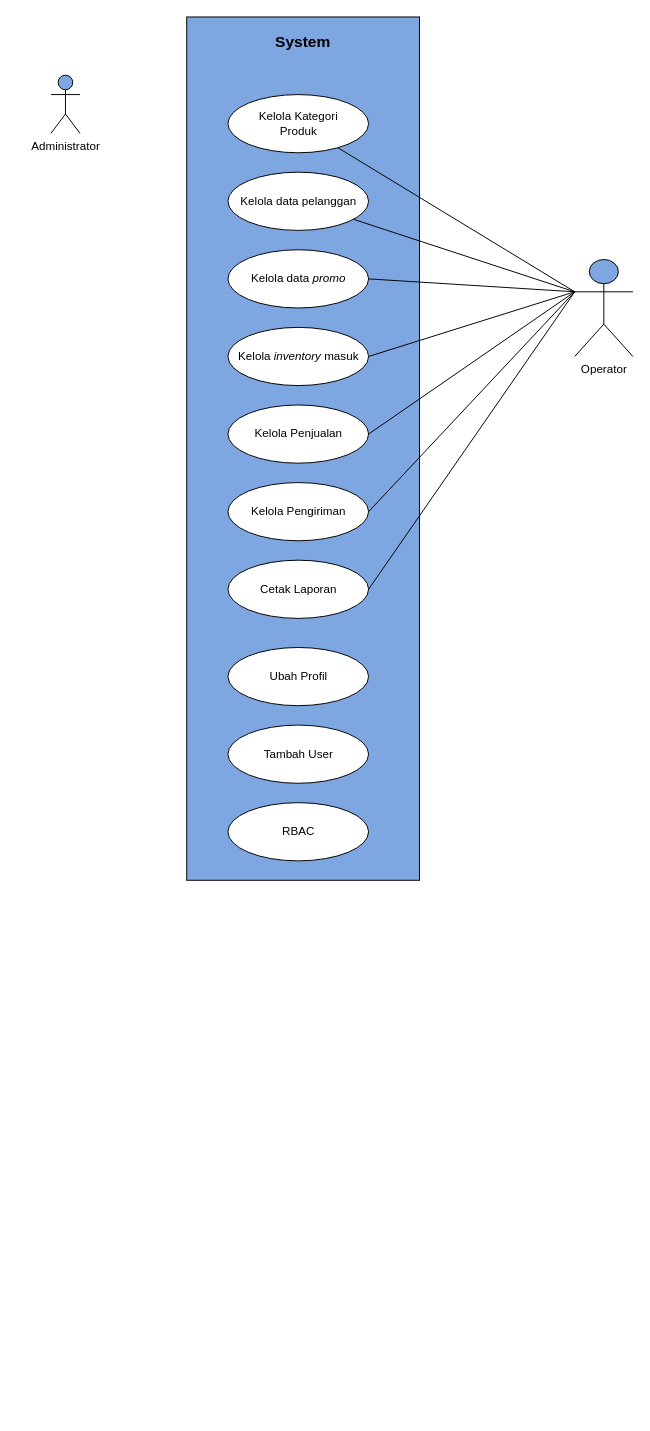
The draw.io diagram Boundary System.drawio in Simasco/diagram, before the edit. Source tidied: cells renumbered, new cells numbered last; positions are measured from the earlier drawing's top-left corner, leaving out a move shared by most shapes. Both pictures are drawn from the tidied source at 97%, with x=0, y=0 at pixel (50, 16).
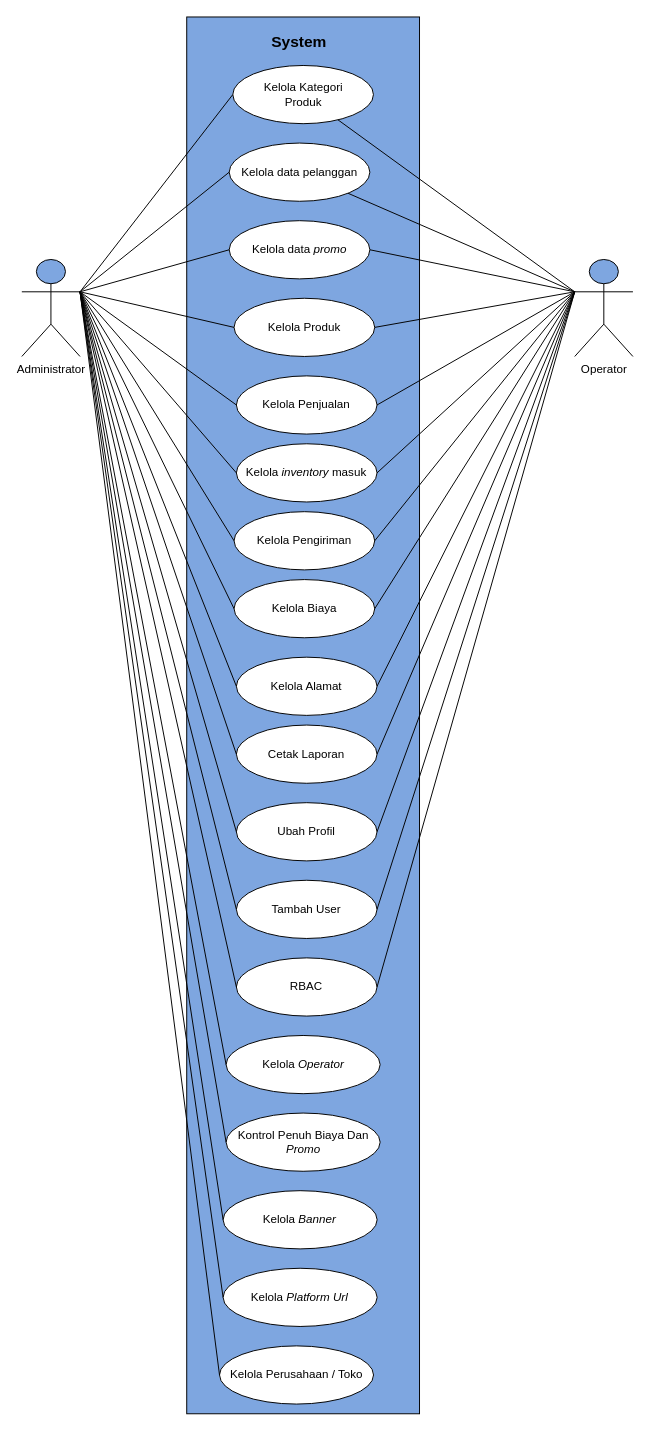
After the change.

Unchanged cells that the change refers to:
```xml
<mxCell id="7" value="Operator" style="shape=umlActor;verticalLabelPosition=bottom;verticalAlign=top;html=1;outlineConnect=0;fillColor=#7EA6E0;" parent="1" vertex="1">
  <mxGeometry x="540" y="250" width="60" height="100" as="geometry" />
</mxCell>
```

Diff of the diagram source:
```diff
@@
-    <mxCell id="2" value="Administrator" style="shape=umlActor;verticalLabelPosition=bottom;verticalAlign=top;html=1;outlineConnect=0;fillColor=#7EA6E0;" parent="1" vertex="1">
-      <mxGeometry y="60" width="30" height="60" as="geometry" />
-    </mxCell>
     <mxCell id="3" style="rounded=0;whiteSpace=wrap;html=1;fillColor=#7EA6E0;" parent="1" vertex="1">
-      <mxGeometry x="140" width="240" height="890" as="geometry" />
+      <mxGeometry x="140" width="240" height="1440" as="geometry" />
     </mxCell>
@@
     <mxCell id="8" value="Kelola Kategori&lt;div&gt;Produk&lt;/div&gt;" style="ellipse;whiteSpace=wrap;html=1;" parent="1" vertex="1">
-      <mxGeometry x="182.5" y="80" width="145" height="60" as="geometry" />
+      <mxGeometry x="187.5" y="50" width="145" height="60" as="geometry" />
     </mxCell>
     <mxCell id="9" value="Kelola data pelanggan" style="ellipse;whiteSpace=wrap;html=1;" parent="1" vertex="1">
-      <mxGeometry x="182.5" y="160" width="145" height="60" as="geometry" />
+      <mxGeometry x="183.8" y="130" width="145" height="60" as="geometry" />
     </mxCell>
     <mxCell id="10" value="Kelola &lt;i&gt;inventory&lt;/i&gt;&amp;nbsp;masuk" style="ellipse;whiteSpace=wrap;html=1;" parent="1" vertex="1">
-      <mxGeometry x="182.5" y="320" width="145" height="60" as="geometry" />
+      <mxGeometry x="191.2" y="440" width="145" height="60" as="geometry" />
     </mxCell>
     <mxCell id="11" value="Kelola Penjualan" style="ellipse;whiteSpace=wrap;html=1;" parent="1" vertex="1">
-      <mxGeometry x="182.5" y="400" width="145" height="60" as="geometry" />
+      <mxGeometry x="191.2" y="370" width="145" height="60" as="geometry" />
     </mxCell>
     <mxCell id="12" value="Kelola Pengiriman" style="ellipse;whiteSpace=wrap;html=1;" parent="1" vertex="1">
-      <mxGeometry x="182.5" y="480" width="145" height="60" as="geometry" />
+      <mxGeometry x="188.8" y="510" width="145" height="60" as="geometry" />
     </mxCell>
     <mxCell id="13" value="Cetak Laporan" style="ellipse;whiteSpace=wrap;html=1;" parent="1" vertex="1">
-      <mxGeometry x="182.5" y="560" width="145" height="60" as="geometry" />
+      <mxGeometry x="191.2" y="730" width="145" height="60" as="geometry" />
     </mxCell>
     <mxCell id="14" value="Ubah Profil" style="ellipse;whiteSpace=wrap;html=1;" parent="1" vertex="1">
-      <mxGeometry x="182.5" y="650" width="145" height="60" as="geometry" />
+      <mxGeometry x="191.2" y="810" width="145" height="60" as="geometry" />
     </mxCell>
@@
     <mxCell id="19" value="Tambah User" style="ellipse;whiteSpace=wrap;html=1;" parent="1" vertex="1">
-      <mxGeometry x="182.5" y="730" width="145" height="60" as="geometry" />
+      <mxGeometry x="191.2" y="890" width="145" height="60" as="geometry" />
     </mxCell>
     <mxCell id="20" value="RBAC" style="ellipse;whiteSpace=wrap;html=1;" parent="1" vertex="1">
-      <mxGeometry x="182.5" y="810" width="145" height="60" as="geometry" />
+      <mxGeometry x="191.2" y="970" width="145" height="60" as="geometry" />
     </mxCell>
     <mxCell id="21" value="Kelola data &lt;i&gt;promo&lt;/i&gt;" style="ellipse;whiteSpace=wrap;html=1;" parent="1" vertex="1">
-      <mxGeometry x="182.5" y="240" width="145" height="60" as="geometry" />
+      <mxGeometry x="183.8" y="210" width="145" height="60" as="geometry" />
     </mxCell>
     <mxCell id="22" value="&lt;font style=&quot;font-size: 16px;&quot;&gt;System&lt;/font&gt;" style="text;html=1;align=center;verticalAlign=middle;whiteSpace=wrap;rounded=0;fontStyle=1;" parent="1" vertex="1">
-      <mxGeometry x="230" y="10" width="60" height="30" as="geometry" />
+      <mxGeometry x="226.2" y="10" width="60" height="30" as="geometry" />
     </mxCell>
+    <mxCell id="23" value="Kelola Produk" style="ellipse;whiteSpace=wrap;html=1;" parent="1" vertex="1">
+      <mxGeometry x="188.8" y="290" width="145" height="60" as="geometry" />
+    </mxCell>
+    <mxCell id="24" style="rounded=0;jettySize=auto;html=1;exitX=0;exitY=0.3333333333333333;exitDx=0;exitDy=0;exitPerimeter=0;endArrow=none;endFill=0;entryX=1;entryY=0.5;entryDx=0;entryDy=0;" parent="1" edge="1" source="7" target="23">
+      <mxGeometry relative="1" as="geometry" />
+    </mxCell>
+    <mxCell id="25" value="Kelola Biaya" style="ellipse;whiteSpace=wrap;html=1;" parent="1" vertex="1">
+      <mxGeometry x="188.8" y="580" width="145" height="60" as="geometry" />
+    </mxCell>
+    <mxCell id="26" value="Kelola Alamat" style="ellipse;whiteSpace=wrap;html=1;" parent="1" vertex="1">
+      <mxGeometry x="191.2" y="660" width="145" height="60" as="geometry" />
+    </mxCell>
+    <mxCell id="27" style="rounded=0;jettySize=auto;html=1;endArrow=none;endFill=0;exitX=0;exitY=0.3333333333333333;exitDx=0;exitDy=0;exitPerimeter=0;entryX=1;entryY=0.5;entryDx=0;entryDy=0;" parent="1" edge="1" source="7" target="25">
+      <mxGeometry relative="1" as="geometry" />
+    </mxCell>
+    <mxCell id="28" style="rounded=0;jettySize=auto;html=1;endArrow=none;endFill=0;exitX=0;exitY=0.3333333333333333;exitDx=0;exitDy=0;exitPerimeter=0;entryX=1;entryY=0.5;entryDx=0;entryDy=0;" parent="1" edge="1" source="7" target="26">
+      <mxGeometry relative="1" as="geometry" />
+    </mxCell>
+    <mxCell id="29" style="rounded=0;jettySize=auto;html=1;endArrow=none;endFill=0;entryX=1;entryY=0.5;entryDx=0;entryDy=0;exitX=0;exitY=0.3333333333333333;exitDx=0;exitDy=0;exitPerimeter=0;" parent="1" edge="1" source="7" target="14">
+      <mxGeometry relative="1" as="geometry" />
+    </mxCell>
+    <mxCell id="30" style="rounded=0;jettySize=auto;html=1;endArrow=none;endFill=0;entryX=1;entryY=0.5;entryDx=0;entryDy=0;exitX=0;exitY=0.3333333333333333;exitDx=0;exitDy=0;exitPerimeter=0;" parent="1" edge="1" source="7" target="19">
+      <mxGeometry relative="1" as="geometry" />
+    </mxCell>
+    <mxCell id="31" style="rounded=0;jettySize=auto;html=1;endArrow=none;endFill=0;entryX=1;entryY=0.5;entryDx=0;entryDy=0;exitX=0;exitY=0.3333333333333333;exitDx=0;exitDy=0;exitPerimeter=0;" parent="1" edge="1" source="7" target="20">
+      <mxGeometry relative="1" as="geometry" />
+    </mxCell>
+    <mxCell id="32" style="rounded=0;jettySize=auto;html=1;exitX=1;exitY=0.3333333333333333;exitDx=0;exitDy=0;exitPerimeter=0;entryX=0;entryY=0.5;entryDx=0;entryDy=0;endArrow=none;endFill=0;" parent="1" edge="1" source="2" target="8">
+      <mxGeometry relative="1" as="geometry" />
+    </mxCell>
+    <mxCell id="2" value="Administrator" style="shape=umlActor;verticalLabelPosition=bottom;verticalAlign=top;html=1;outlineConnect=0;fillColor=#7EA6E0;" parent="1" vertex="1">
+      <mxGeometry x="-30" y="250" width="60" height="100" as="geometry" />
+    </mxCell>
+    <mxCell id="33" style="rounded=0;jettySize=auto;html=1;exitX=1;exitY=0.3333333333333333;exitDx=0;exitDy=0;exitPerimeter=0;entryX=0;entryY=0.5;entryDx=0;entryDy=0;endArrow=none;endFill=0;" parent="1" edge="1" source="2" target="9">
+      <mxGeometry relative="1" as="geometry" />
+    </mxCell>
+    <mxCell id="34" style="rounded=0;jettySize=auto;html=1;exitX=1;exitY=0.3333333333333333;exitDx=0;exitDy=0;exitPerimeter=0;entryX=0;entryY=0.5;entryDx=0;entryDy=0;endArrow=none;endFill=0;" parent="1" edge="1" source="2" target="21">
+      <mxGeometry relative="1" as="geometry" />
+    </mxCell>
+    <mxCell id="35" style="rounded=0;jettySize=auto;html=1;exitX=1;exitY=0.3333333333333333;exitDx=0;exitDy=0;exitPerimeter=0;entryX=0;entryY=0.5;entryDx=0;entryDy=0;endArrow=none;endFill=0;" parent="1" edge="1" source="2" target="23">
+      <mxGeometry relative="1" as="geometry" />
+    </mxCell>
+    <mxCell id="36" style="rounded=0;jettySize=auto;html=1;exitX=1;exitY=0.3333333333333333;exitDx=0;exitDy=0;exitPerimeter=0;entryX=0;entryY=0.5;entryDx=0;entryDy=0;endArrow=none;endFill=0;" parent="1" edge="1" source="2" target="11">
+      <mxGeometry relative="1" as="geometry" />
+    </mxCell>
+    <mxCell id="37" style="rounded=0;jettySize=auto;html=1;exitX=1;exitY=0.3333333333333333;exitDx=0;exitDy=0;exitPerimeter=0;entryX=0;entryY=0.5;entryDx=0;entryDy=0;endArrow=none;endFill=0;" parent="1" edge="1" source="2" target="10">
+      <mxGeometry relative="1" as="geometry" />
+    </mxCell>
+    <mxCell id="38" style="rounded=0;jettySize=auto;html=1;exitX=1;exitY=0.3333333333333333;exitDx=0;exitDy=0;exitPerimeter=0;entryX=0;entryY=0.5;entryDx=0;entryDy=0;endArrow=none;endFill=0;" parent="1" edge="1" source="2" target="12">
+      <mxGeometry relative="1" as="geometry" />
+    </mxCell>
+    <mxCell id="39" style="rounded=0;jettySize=auto;html=1;exitX=1;exitY=0.3333333333333333;exitDx=0;exitDy=0;exitPerimeter=0;entryX=0;entryY=0.5;entryDx=0;entryDy=0;endArrow=none;endFill=0;" parent="1" edge="1" source="2" target="25">
+      <mxGeometry relative="1" as="geometry" />
+    </mxCell>
+    <mxCell id="40" style="rounded=0;jettySize=auto;html=1;exitX=1;exitY=0.3333333333333333;exitDx=0;exitDy=0;exitPerimeter=0;entryX=0;entryY=0.5;entryDx=0;entryDy=0;endArrow=none;endFill=0;" parent="1" edge="1" source="2" target="26">
+      <mxGeometry relative="1" as="geometry" />
+    </mxCell>
+    <mxCell id="41" style="rounded=0;jettySize=auto;html=1;exitX=1;exitY=0.3333333333333333;exitDx=0;exitDy=0;exitPerimeter=0;entryX=0;entryY=0.5;entryDx=0;entryDy=0;endArrow=none;endFill=0;" parent="1" edge="1" source="2" target="13">
+      <mxGeometry relative="1" as="geometry" />
+    </mxCell>
+    <mxCell id="42" style="rounded=0;jettySize=auto;html=1;exitX=1;exitY=0.3333333333333333;exitDx=0;exitDy=0;exitPerimeter=0;entryX=0;entryY=0.5;entryDx=0;entryDy=0;endArrow=none;endFill=0;" parent="1" edge="1" source="2" target="14">
+      <mxGeometry relative="1" as="geometry" />
+    </mxCell>
+    <mxCell id="43" style="rounded=0;jettySize=auto;html=1;exitX=1;exitY=0.3333333333333333;exitDx=0;exitDy=0;exitPerimeter=0;entryX=0;entryY=0.5;entryDx=0;entryDy=0;endArrow=none;endFill=0;" parent="1" edge="1" source="2" target="19">
+      <mxGeometry relative="1" as="geometry" />
+    </mxCell>
+    <mxCell id="44" style="rounded=0;jettySize=auto;html=1;exitX=1;exitY=0.3333333333333333;exitDx=0;exitDy=0;exitPerimeter=0;entryX=0;entryY=0.5;entryDx=0;entryDy=0;endArrow=none;endFill=0;" parent="1" edge="1" source="2" target="20">
+      <mxGeometry relative="1" as="geometry" />
+    </mxCell>
+    <mxCell id="45" value="Kelola &lt;i&gt;Operator&lt;/i&gt;" style="ellipse;whiteSpace=wrap;html=1;" parent="1" vertex="1">
+      <mxGeometry x="180.6" y="1050" width="158.8" height="60" as="geometry" />
+    </mxCell>
+    <mxCell id="46" style="rounded=0;jettySize=auto;html=1;exitX=1;exitY=0.3333333333333333;exitDx=0;exitDy=0;exitPerimeter=0;entryX=0;entryY=0.5;entryDx=0;entryDy=0;endArrow=none;endFill=0;" parent="1" edge="1" source="2" target="45">
+      <mxGeometry relative="1" as="geometry" />
+    </mxCell>
+    <mxCell id="47" value="Kontrol Penuh Biaya Dan &lt;i&gt;Promo&lt;/i&gt;" style="ellipse;whiteSpace=wrap;html=1;" parent="1" vertex="1">
+      <mxGeometry x="180.6" y="1130" width="158.8" height="60" as="geometry" />
+    </mxCell>
+    <mxCell id="48" value="Kelola &lt;i&gt;Banner&lt;/i&gt;" style="ellipse;whiteSpace=wrap;html=1;" parent="1" vertex="1">
+      <mxGeometry x="177.5" y="1210" width="158.8" height="60" as="geometry" />
+    </mxCell>
+    <mxCell id="49" value="Kelola &lt;i&gt;Platform Url&lt;/i&gt;" style="ellipse;whiteSpace=wrap;html=1;" parent="1" vertex="1">
+      <mxGeometry x="177.5" y="1290" width="158.8" height="60" as="geometry" />
+    </mxCell>
+    <mxCell id="50" value="Kelola Perusahaan / Toko" style="ellipse;whiteSpace=wrap;html=1;" parent="1" vertex="1">
+      <mxGeometry x="173.8" y="1370" width="158.8" height="60" as="geometry" />
+    </mxCell>
+    <mxCell id="51" style="rounded=0;jettySize=auto;html=1;exitX=1;exitY=0.3333333333333333;exitDx=0;exitDy=0;exitPerimeter=0;entryX=0;entryY=0.5;entryDx=0;entryDy=0;endArrow=none;endFill=0;" parent="1" edge="1" source="2" target="47">
+      <mxGeometry relative="1" as="geometry" />
+    </mxCell>
+    <mxCell id="52" style="rounded=0;jettySize=auto;html=1;exitX=1;exitY=0.3333333333333333;exitDx=0;exitDy=0;exitPerimeter=0;entryX=0;entryY=0.5;entryDx=0;entryDy=0;endArrow=none;endFill=0;" parent="1" edge="1" source="2" target="48">
+      <mxGeometry relative="1" as="geometry" />
+    </mxCell>
+    <mxCell id="53" style="rounded=0;jettySize=auto;html=1;exitX=1;exitY=0.3333333333333333;exitDx=0;exitDy=0;exitPerimeter=0;entryX=0;entryY=0.5;entryDx=0;entryDy=0;endArrow=none;endFill=0;" parent="1" edge="1" source="2" target="49">
+      <mxGeometry relative="1" as="geometry" />
+    </mxCell>
+    <mxCell id="54" style="rounded=0;jettySize=auto;html=1;exitX=1;exitY=0.3333333333333333;exitDx=0;exitDy=0;exitPerimeter=0;entryX=0;entryY=0.5;entryDx=0;entryDy=0;endArrow=none;endFill=0;" parent="1" edge="1" source="2" target="50">
+      <mxGeometry relative="1" as="geometry" />
+    </mxCell>
```
